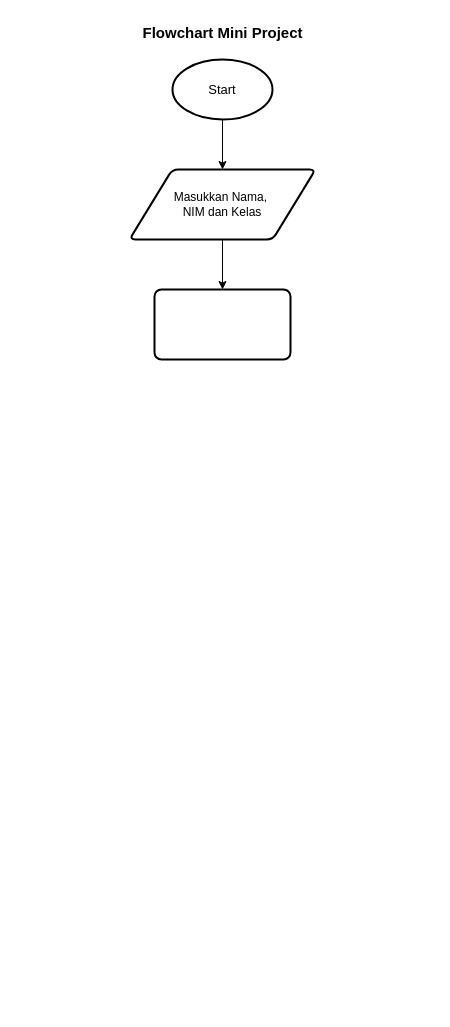
Earlier version of the draw.io diagram Flowchart MInpro.drawio (ainunnnnnn23/Ainun-Project). Source tidied: cells renumbered, new cells numbered last; positions are measured from the earlier drawing's top-left corner, leaving out a move shared by most shapes. Both pictures are drawn from the tidied source at 100%, with x=0, y=0 at pixel (129, 17).
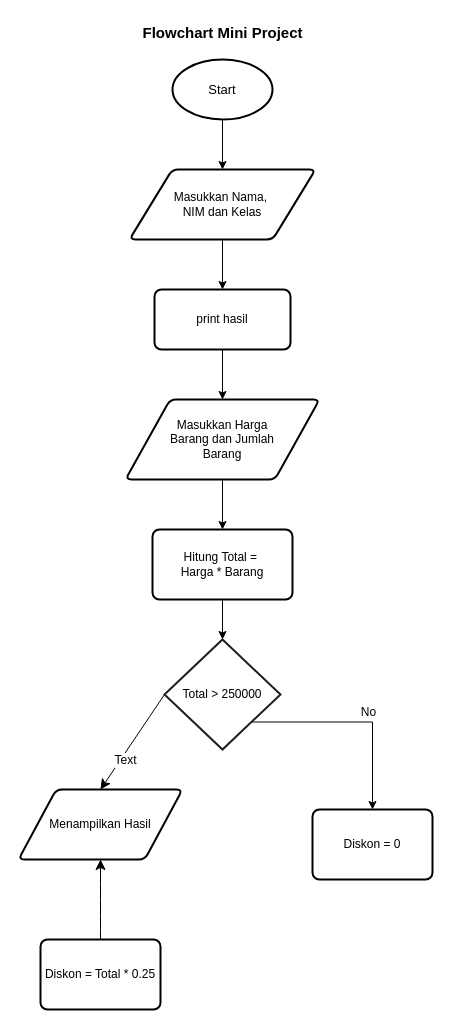
Above is the later version.

Change to the diagram source:
```diff
@@
+    <mxCell id="8" style="edgeStyle=none;curved=1;rounded=0;jettySize=auto;html=1;exitX=0.5;exitY=1;exitDx=0;exitDy=0;fontSize=12;startSize=8;endSize=8;" parent="1" edge="1" source="9" target="21">
+      <mxGeometry relative="1" as="geometry" />
+    </mxCell>
+    <mxCell id="9" value="Diskon = Total * 0.25" style="rounded=1;whiteSpace=wrap;html=1;absoluteArcSize=1;arcSize=14;strokeWidth=2;" parent="1" vertex="1">
+      <mxGeometry x="-89" y="922" width="120" height="70" as="geometry" />
+    </mxCell>
+    <mxCell id="10" style="edgeStyle=orthogonalEdgeStyle;rounded=0;jettySize=auto;html=1;exitX=1;exitY=1;exitDx=0;exitDy=0;" parent="1" edge="1" source="13" target="19">
+      <mxGeometry relative="1" as="geometry" />
+    </mxCell>
+    <mxCell id="11" style="edgeStyle=none;curved=1;rounded=0;jettySize=auto;html=1;exitX=0;exitY=0.5;exitDx=0;exitDy=0;entryX=0.5;entryY=0;entryDx=0;entryDy=0;fontSize=12;startSize=8;endSize=8;" parent="1" edge="1" source="13" target="21">
+      <mxGeometry relative="1" as="geometry" />
+    </mxCell>
+    <mxCell id="12" value="Text" style="edgeLabel;html=1;align=center;verticalAlign=middle;fontSize=12;" parent="11" vertex="1">
+      <mxGeometry x="0.32" y="4" relative="1" as="geometry" />
+    </mxCell>
+    <mxCell id="13" value="Total &amp;gt; 250000" style="rhombus;whiteSpace=wrap;html=1;strokeColor=#1F1F1F;shadow=0;strokeWidth=2;" parent="1" vertex="1">
+      <mxGeometry x="35" y="622" width="116" height="110" as="geometry" />
+    </mxCell>
@@
+    <mxCell id="14" style="edgeStyle=orthogonalEdgeStyle;rounded=0;jettySize=auto;html=1;exitX=0.5;exitY=1;exitDx=0;exitDy=0;entryX=0.5;entryY=0;entryDx=0;entryDy=0;" parent="1" edge="1" source="7" target="16">
+      <mxGeometry relative="1" as="geometry" />
+    </mxCell>
-    <mxCell id="7" style="rounded=1;whiteSpace=wrap;html=1;absoluteArcSize=1;arcSize=14;strokeWidth=2;" parent="1" vertex="1">
-      <mxGeometry x="25" y="272" width="136" height="70" as="geometry" />
+    <mxCell id="7" value="print hasil" style="rounded=1;whiteSpace=wrap;html=1;absoluteArcSize=1;arcSize=14;strokeWidth=2;" parent="1" vertex="1">
+      <mxGeometry x="25" y="272" width="136" height="60" as="geometry" />
     </mxCell>
+    <mxCell id="15" style="edgeStyle=orthogonalEdgeStyle;rounded=0;jettySize=auto;html=1;exitX=0.5;exitY=1;exitDx=0;exitDy=0;" parent="1" edge="1" source="16" target="18">
+      <mxGeometry relative="1" as="geometry" />
+    </mxCell>
+    <mxCell id="16" value="Masukkan Harga&lt;div&gt;&amp;nbsp;Barang&lt;span style=&quot;background-color: initial;&quot;&gt;&amp;nbsp;dan Jumlah&amp;nbsp;&lt;/span&gt;&lt;/div&gt;&lt;div&gt;&lt;span style=&quot;background-color: initial;&quot;&gt;Barang&lt;/span&gt;&lt;/div&gt;" style="shape=parallelogram;html=1;strokeWidth=2;perimeter=parallelogramPerimeter;whiteSpace=wrap;rounded=1;arcSize=12;size=0.23;align=center;" parent="1" vertex="1">
+      <mxGeometry x="-4" y="382" width="194" height="80" as="geometry" />
+    </mxCell>
+    <mxCell id="17" style="edgeStyle=orthogonalEdgeStyle;rounded=0;jettySize=auto;html=1;exitX=0.5;exitY=1;exitDx=0;exitDy=0;entryX=0.5;entryY=0;entryDx=0;entryDy=0;" parent="1" edge="1" source="18" target="13">
+      <mxGeometry relative="1" as="geometry" />
+    </mxCell>
+    <mxCell id="18" value="Hitung Total =&amp;nbsp;&lt;div&gt;Harga * Barang&lt;/div&gt;" style="rounded=1;whiteSpace=wrap;html=1;absoluteArcSize=1;arcSize=14;strokeWidth=2;" parent="1" vertex="1">
+      <mxGeometry x="23" y="512" width="140" height="70" as="geometry" />
+    </mxCell>
+    <mxCell id="19" value="Diskon = 0" style="rounded=1;whiteSpace=wrap;html=1;absoluteArcSize=1;arcSize=14;strokeWidth=2;" parent="1" vertex="1">
+      <mxGeometry x="183" y="792" width="120" height="70" as="geometry" />
+    </mxCell>
+    <mxCell id="20" value="No" style="text;html=1;align=center;verticalAlign=middle;strokeColor=none;fillColor=none;" parent="1" vertex="1">
+      <mxGeometry x="219" y="680" width="40" height="30" as="geometry" />
+    </mxCell>
+    <mxCell id="21" value="Menampilkan Hasil" style="shape=parallelogram;html=1;strokeWidth=2;perimeter=parallelogramPerimeter;whiteSpace=wrap;rounded=1;arcSize=12;size=0.23;" parent="1" vertex="1">
+      <mxGeometry x="-111" y="772" width="164" height="70" as="geometry" />
+    </mxCell>
+    <mxCell id="22" style="edgeStyle=none;curved=1;rounded=0;orthogonalLoop=1;jettySize=auto;html=1;exitX=0;exitY=1;exitDx=0;exitDy=0;fontSize=12;startSize=8;endSize=8;" parent="1" edge="1" source="13" target="13">
+      <mxGeometry relative="1" as="geometry" />
+    </mxCell>
```
